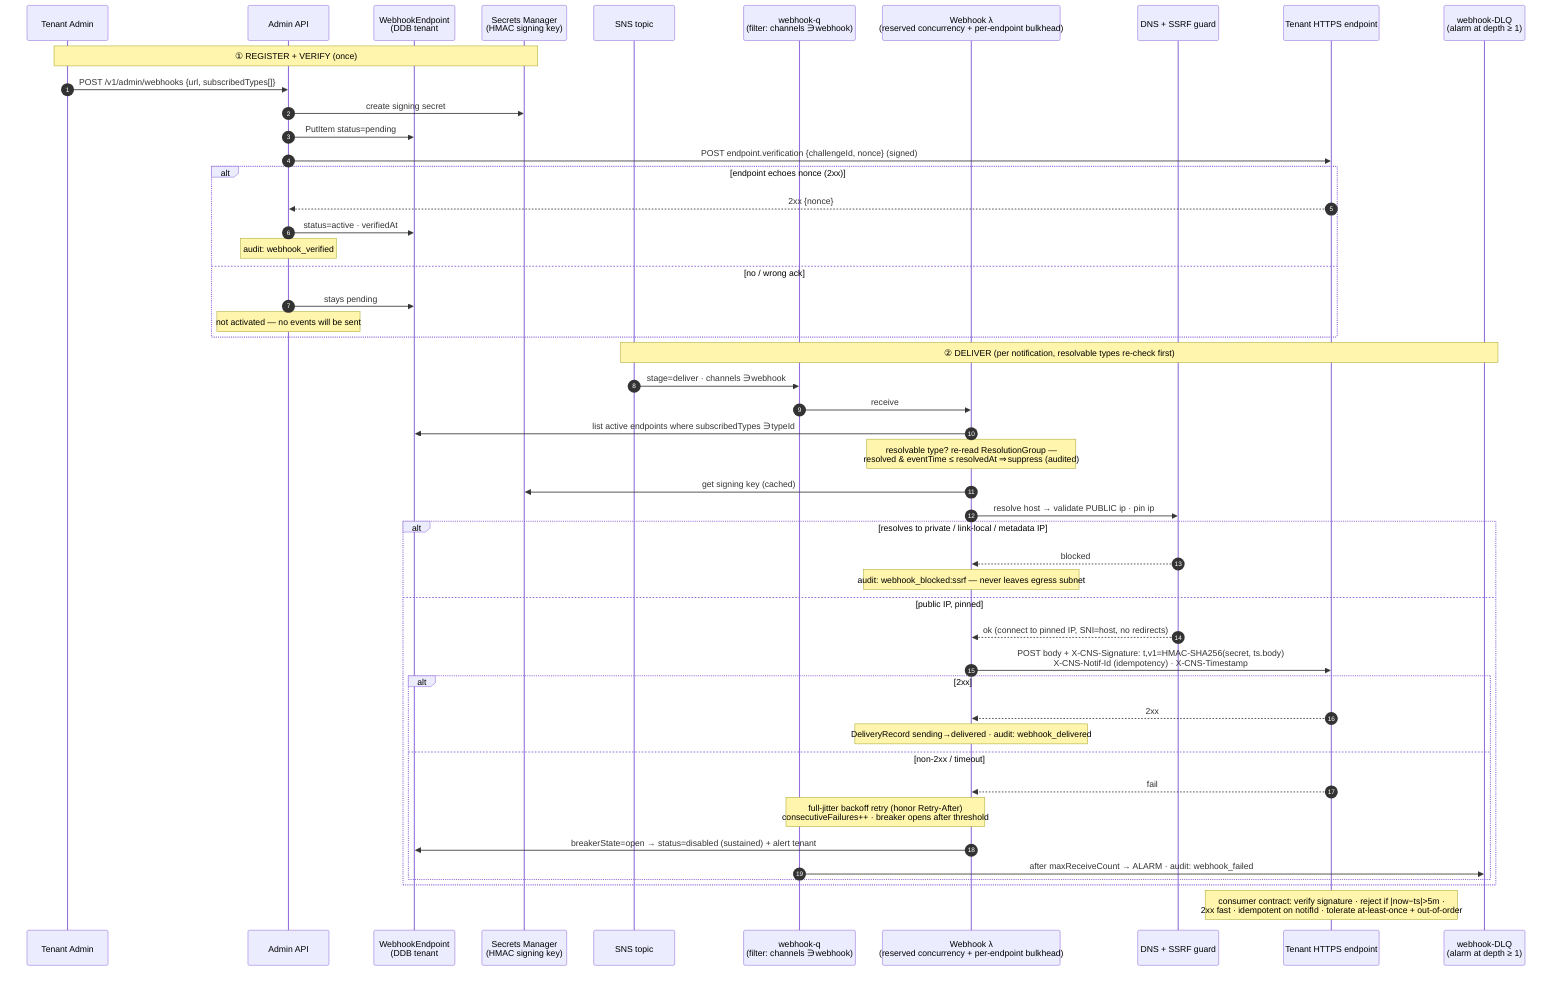
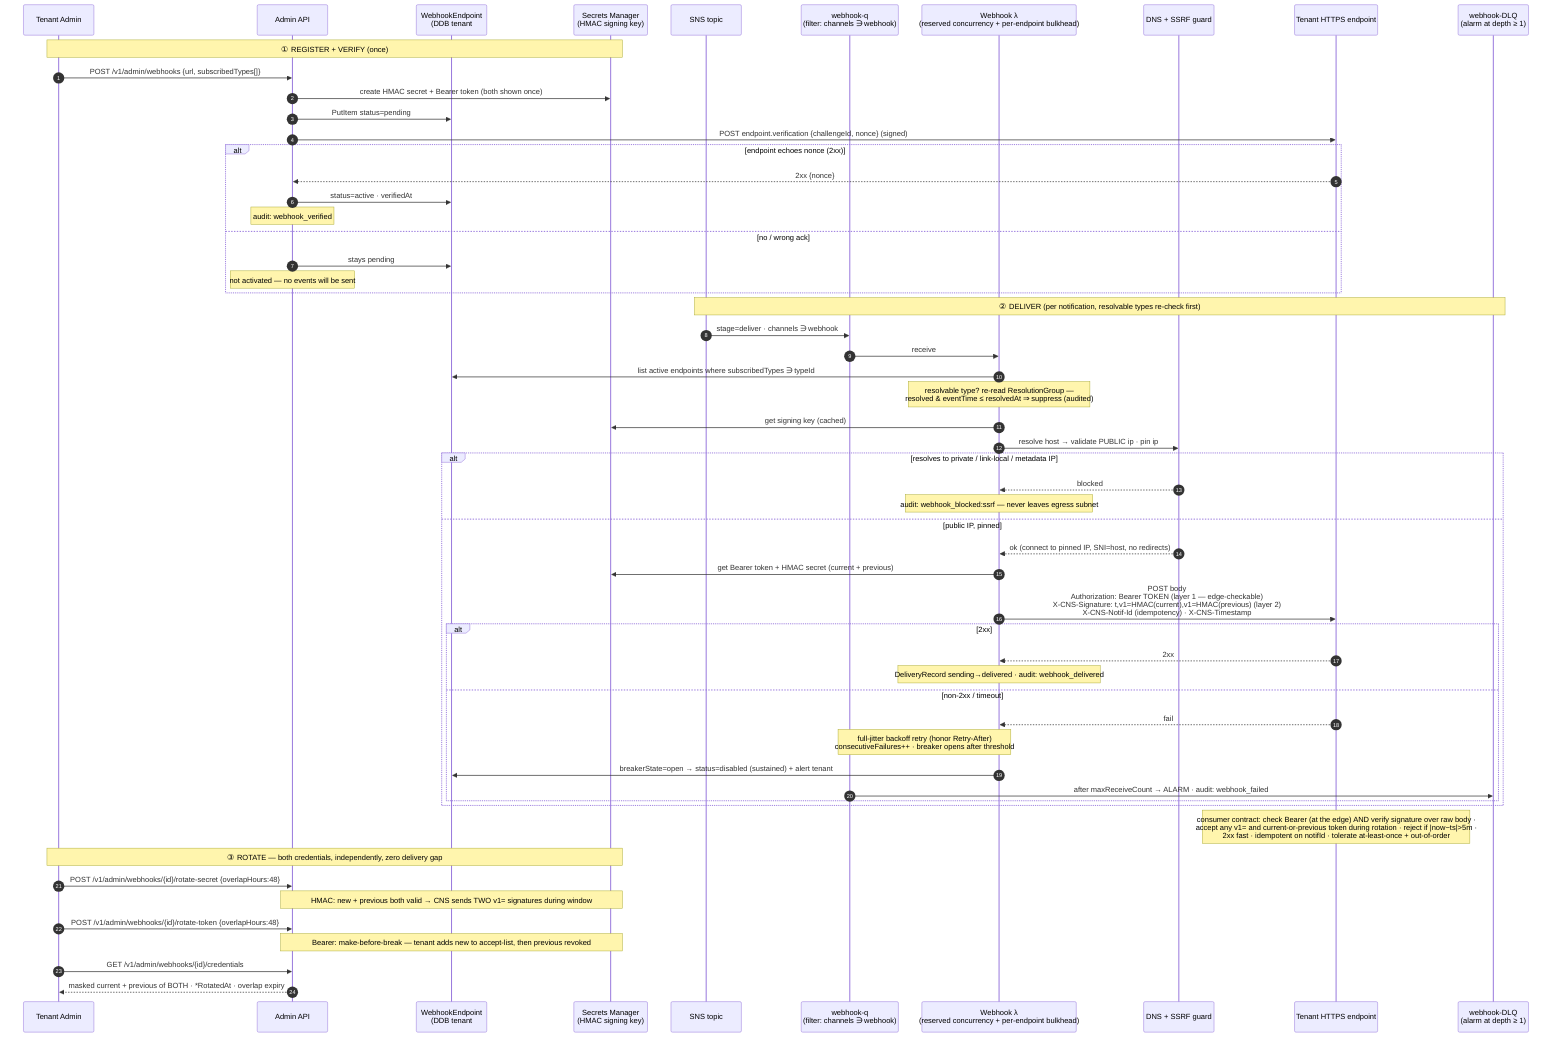
sequenceDiagram
    autonumber
    participant ADM as Tenant Admin
    participant API as Admin API
    participant REG as WebhookEndpoint<br/>(DDB tenant#endpointId)
    participant SEC as Secrets Manager<br/>(HMAC signing key)
    participant SNS as SNS topic
    participant WQ as webhook-q<br/>(filter: channels ∋ webhook)
    participant WH as Webhook λ<br/>(reserved concurrency + per-endpoint bulkhead)
    participant DNS as DNS + SSRF guard
    participant EP as Tenant HTTPS endpoint
    participant DLQ as webhook-DLQ<br/>(alarm at depth ≥ 1)

    Note over ADM,SEC: ① REGISTER + VERIFY (once)
    ADM->>API: POST /v1/admin/webhooks {url, subscribedTypes[]}
-     API->>SEC: create signing secret
+     API->>SEC: create HMAC secret + Bearer token (both shown once)
    API->>REG: PutItem status=pending
    API->>EP: POST endpoint.verification {challengeId, nonce} (signed)
    alt endpoint echoes nonce (2xx)
        EP-->>API: 2xx {nonce}
        API->>REG: status=active · verifiedAt
        Note over API: audit: webhook_verified
    else no / wrong ack
        API->>REG: stays pending
        Note over API: not activated — no events will be sent
    end

    Note over SNS,DLQ: ② DELIVER (per notification, resolvable types re-check first)
    SNS->>WQ: stage=deliver · channels ∋ webhook
    WQ->>WH: receive
    WH->>REG: list active endpoints where subscribedTypes ∋ typeId
    Note over WH: resolvable type? re-read ResolutionGroup —<br/>resolved & eventTime ≤ resolvedAt ⇒ suppress (audited)
    WH->>SEC: get signing key (cached)
    WH->>DNS: resolve host → validate PUBLIC ip · pin ip
    alt resolves to private / link-local / metadata IP
        DNS-->>WH: blocked
        Note over WH: audit: webhook_blocked:ssrf — never leaves egress subnet
    else public IP, pinned
        DNS-->>WH: ok (connect to pinned IP, SNI=host, no redirects)
-         WH->>EP: POST body + X-CNS-Signature: t,v1=HMAC-SHA256(secret, ts.body)<br/>X-CNS-Notif-Id (idempotency) · X-CNS-Timestamp
+         WH->>SEC: get Bearer token + HMAC secret (current + previous)
+         WH->>EP: POST body<br/>Authorization: Bearer TOKEN (layer 1 — edge-checkable)<br/>X-CNS-Signature: t,v1=HMAC(current),v1=HMAC(previous) (layer 2)<br/>X-CNS-Notif-Id (idempotency) · X-CNS-Timestamp
        alt 2xx
            EP-->>WH: 2xx
            Note over WH: DeliveryRecord sending→delivered · audit: webhook_delivered
        else non-2xx / timeout
            EP-->>WH: fail
            Note over WH,WQ: full-jitter backoff retry (honor Retry-After)<br/>consecutiveFailures++ · breaker opens after threshold
            WH->>REG: breakerState=open → status=disabled (sustained) + alert tenant
            WQ->>DLQ: after maxReceiveCount → ALARM · audit: webhook_failed
        end
    end
-     Note over EP: consumer contract: verify signature · reject if |now−ts|>5m ·<br/>2xx fast · idempotent on notifId · tolerate at-least-once + out-of-order
+     Note over EP: consumer contract: check Bearer (at the edge) AND verify signature over raw body ·<br/>accept any v1= and current-or-previous token during rotation · reject if |now−ts|>5m ·<br/>2xx fast · idempotent on notifId · tolerate at-least-once + out-of-order
+ 
+     Note over ADM,SEC: ③ ROTATE — both credentials, independently, zero delivery gap
+     ADM->>API: POST /v1/admin/webhooks/{id}/rotate-secret {overlapHours:48}
+     Note over API,SEC: HMAC: new + previous both valid → CNS sends TWO v1= signatures during window
+     ADM->>API: POST /v1/admin/webhooks/{id}/rotate-token {overlapHours:48}
+     Note over API,SEC: Bearer: make-before-break — tenant adds new to accept-list, then previous revoked
+     ADM->>API: GET /v1/admin/webhooks/{id}/credentials
+     API-->>ADM: masked current + previous of BOTH · *RotatedAt · overlap expiry
